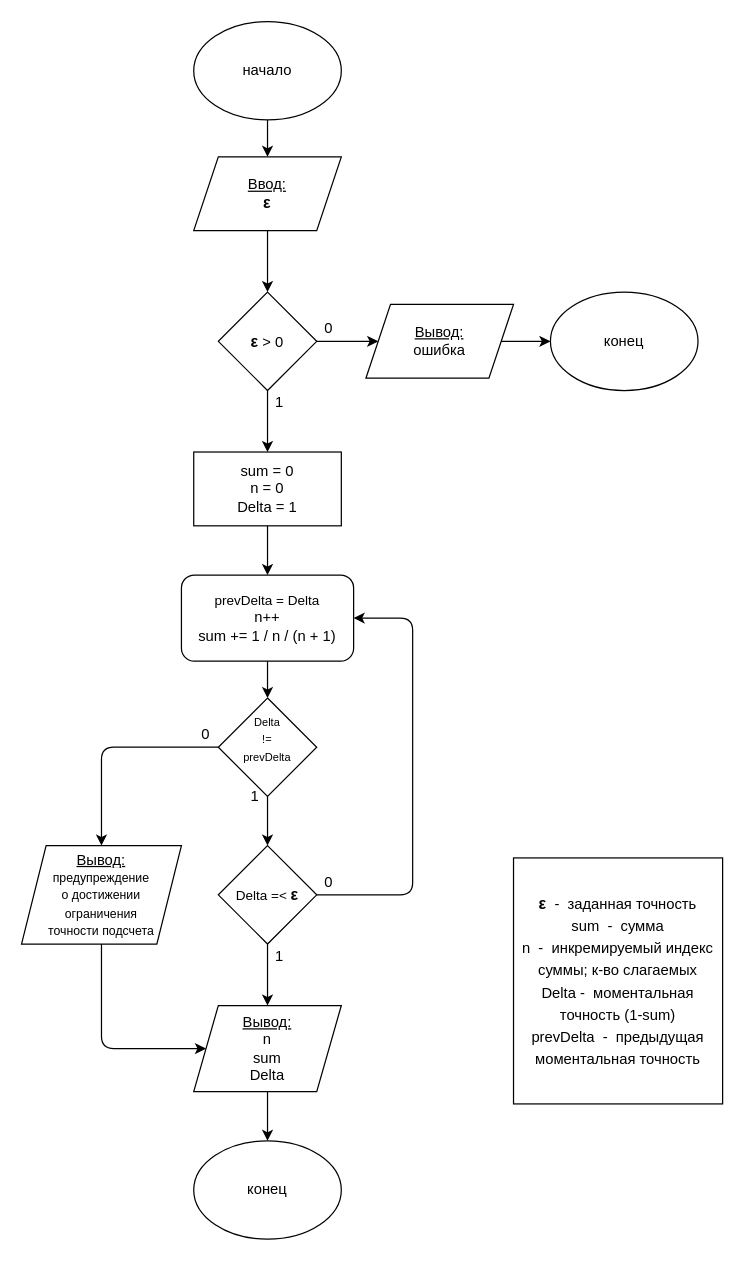
eldarbr/silver-funicular keeps this draw.io diagram as text/Диаграмма.drawio. Above is the earlier version. Source tidied: cells renumbered, new cells numbered last; positions are measured from the earlier drawing's top-left corner, leaving out a move shared by most shapes. Both pictures are drawn from the tidied source at 123%, with x=0, y=0 at pixel (21, 21).
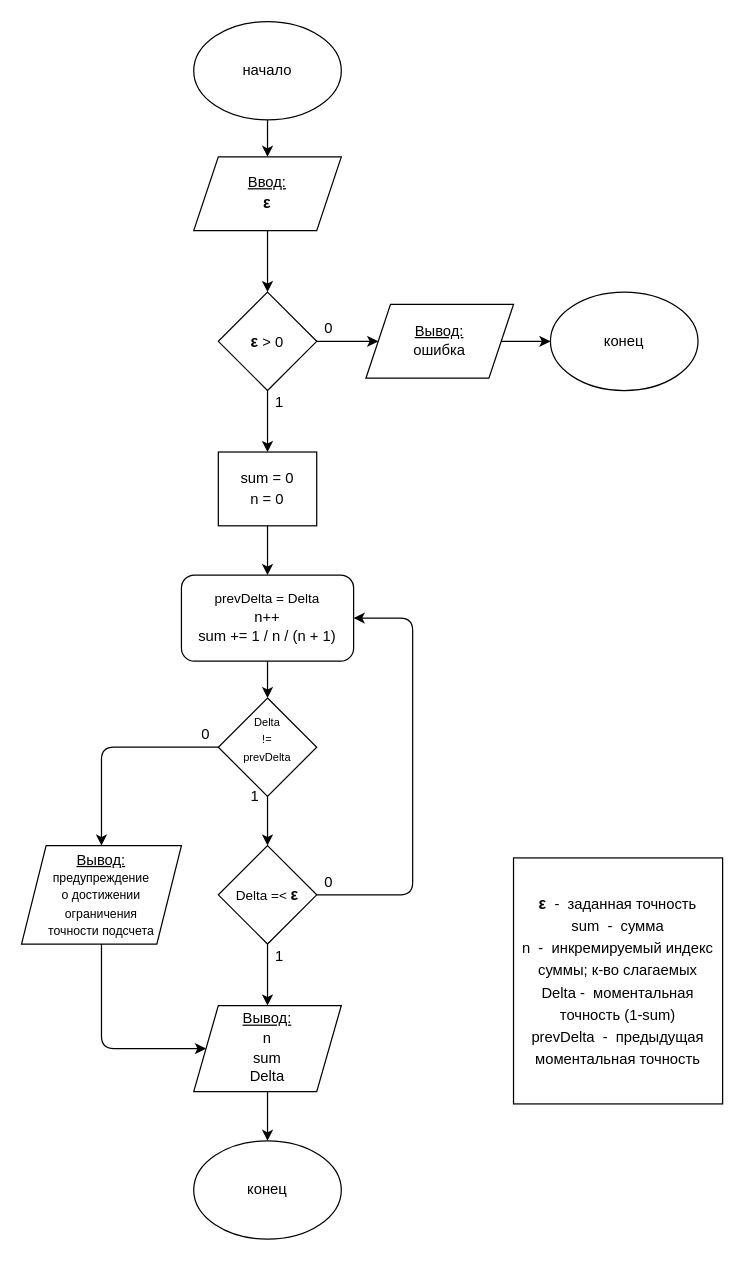
Above is the later version.

Change to the diagram source:
```diff
@@
-    <mxCell id="5" value="&lt;u&gt;Ввод:&lt;/u&gt;&lt;br&gt;&lt;b style=&quot;font-size: 13px&quot;&gt;ε&lt;/b&gt;" style="shape=parallelogram;perimeter=parallelogramPerimeter;whiteSpace=wrap;html=1;fixedSize=1;" parent="1" vertex="1">
+    <mxCell id="5" value="&lt;p style=&quot;line-height: 1.3&quot;&gt;&lt;u&gt;Ввод:&lt;/u&gt;&lt;br&gt;&lt;b style=&quot;font-size: 13px&quot;&gt;ε&lt;/b&gt;&lt;/p&gt;" style="shape=parallelogram;perimeter=parallelogramPerimeter;whiteSpace=wrap;html=1;fixedSize=1;" parent="1" vertex="1">
       <mxGeometry x="140" y="110" width="120" height="60" as="geometry" />
     </mxCell>
@@
-    <mxCell id="7" value="sum = 0&lt;br&gt;n = 0&lt;br&gt;Delta = 1" style="rounded=0;whiteSpace=wrap;html=1;" parent="1" vertex="1">
-      <mxGeometry x="140" y="350" width="120" height="60" as="geometry" />
+    <mxCell id="7" value="&lt;p style=&quot;line-height: 1.4&quot;&gt;sum = 0&lt;br&gt;n = 0&lt;/p&gt;" style="rounded=0;whiteSpace=wrap;html=1;" parent="1" vertex="1">
+      <mxGeometry x="160" y="350" width="80" height="60" as="geometry" />
     </mxCell>
@@
-    <mxCell id="9" value="&lt;span style=&quot;font-size: 11px&quot;&gt;prevDelta = Delta&lt;/span&gt;&lt;br&gt;n++&lt;br&gt;sum += 1 / n / (n + 1)" style="rounded=1;whiteSpace=wrap;html=1;" parent="1" vertex="1">
+    <mxCell id="9" value="&lt;p style=&quot;line-height: 1.3&quot;&gt;&lt;span style=&quot;font-size: 11px&quot;&gt;prevDelta = Delta&lt;/span&gt;&lt;br&gt;n++&lt;br&gt;sum += 1 / n / (n + 1)&lt;/p&gt;" style="rounded=1;whiteSpace=wrap;html=1;" parent="1" vertex="1">
       <mxGeometry x="130" y="450" width="140" height="70" as="geometry" />
     </mxCell>
@@
-    <mxCell id="14" value="&lt;u&gt;Вывод:&lt;/u&gt;&lt;br&gt;n&lt;br&gt;sum&lt;br&gt;Delta" style="shape=parallelogram;perimeter=parallelogramPerimeter;whiteSpace=wrap;html=1;fixedSize=1;" parent="1" vertex="1">
+    <mxCell id="14" value="&lt;p style=&quot;line-height: 1.3&quot;&gt;&lt;u&gt;Вывод:&lt;/u&gt;&lt;br&gt;n&lt;br&gt;sum&lt;br&gt;Delta&lt;/p&gt;" style="shape=parallelogram;perimeter=parallelogramPerimeter;whiteSpace=wrap;html=1;fixedSize=1;" parent="1" vertex="1">
       <mxGeometry x="140" y="800" width="120" height="70" as="geometry" />
     </mxCell>
@@
-    <mxCell id="21" value="&lt;u&gt;Вывод:&lt;/u&gt;&lt;br&gt;ошибка" style="shape=parallelogram;perimeter=parallelogramPerimeter;whiteSpace=wrap;html=1;fixedSize=1;" parent="1" vertex="1">
+    <mxCell id="21" value="&lt;p style=&quot;line-height: 1.3&quot;&gt;&lt;u&gt;Вывод:&lt;/u&gt;&lt;br&gt;ошибка&lt;/p&gt;" style="shape=parallelogram;perimeter=parallelogramPerimeter;whiteSpace=wrap;html=1;fixedSize=1;" parent="1" vertex="1">
       <mxGeometry x="280" y="230" width="120" height="60" as="geometry" />
     </mxCell>
@@
-    <mxCell id="26" value="&lt;font style=&quot;font-size: 9px&quot;&gt;Delta&lt;br&gt;!=&lt;br&gt;prevDelta&lt;br&gt;&lt;br&gt;&lt;/font&gt;" style="rhombus;whiteSpace=wrap;html=1;" parent="1" vertex="1">
+    <mxCell id="26" value="&lt;font style=&quot;font-size: 9px ; line-height: 0.7&quot;&gt;Delta&lt;br&gt;!=&lt;br&gt;prevDelta&lt;br&gt;&lt;br&gt;&lt;/font&gt;" style="rhombus;whiteSpace=wrap;html=1;" parent="1" vertex="1">
       <mxGeometry x="160" y="550" width="80" height="80" as="geometry" />
     </mxCell>
```
